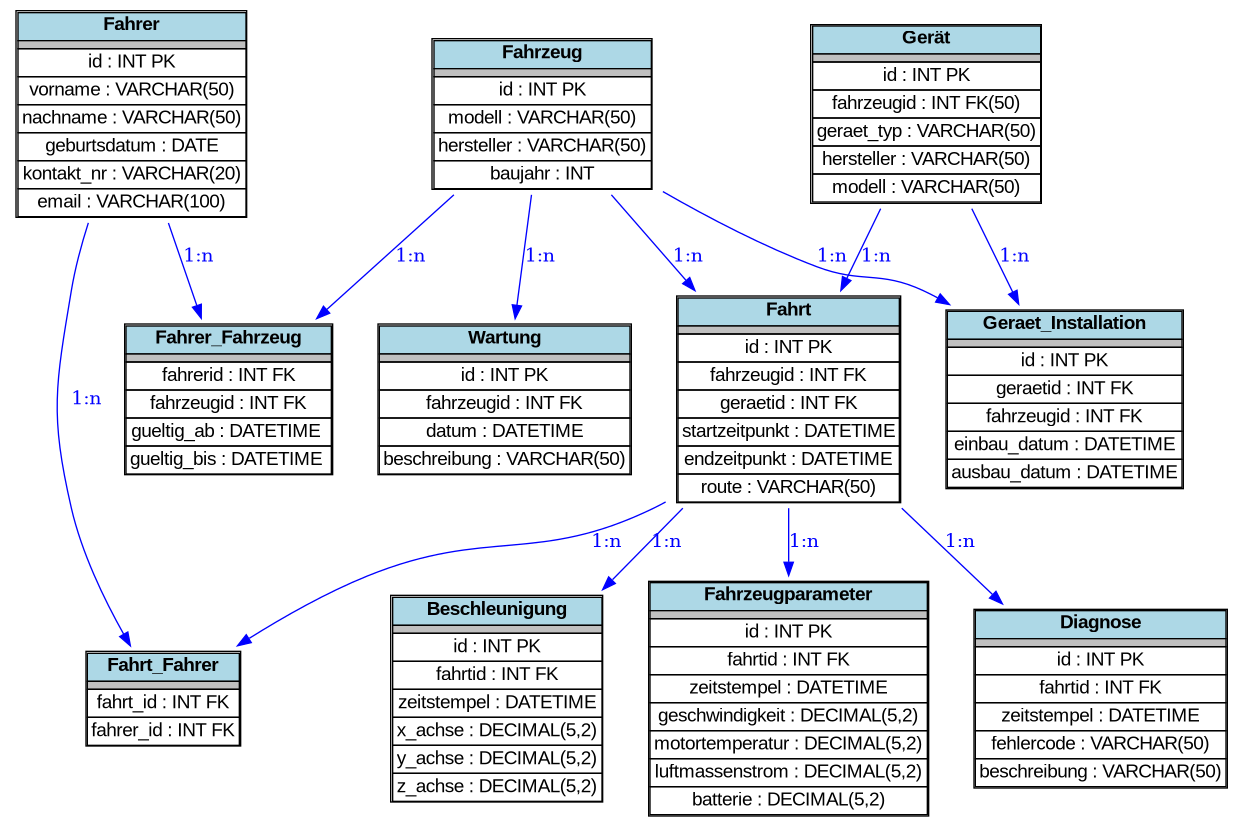
Earlier version of the Graphviz export docs/ERD.png (Andre-4949/dhbw-db-2425). Its source is kept beside it as docs/ERD.dot.
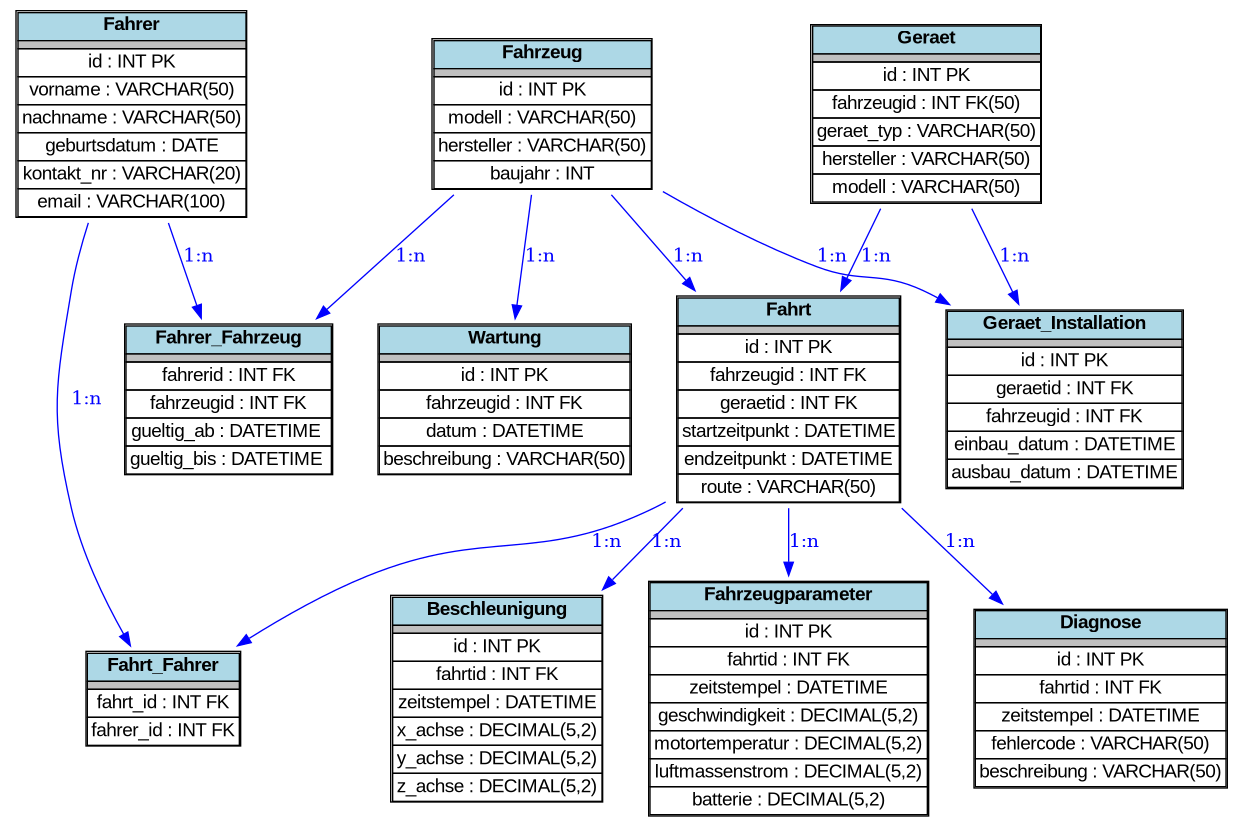
After the commit.

Diff of the diagram source:
```diff
@@ -60,7 +60,7 @@
 
     Geraet [label=<
         <TABLE BORDER="1" CELLBORDER="1" CELLSPACING="0">
-            <TR><TD BGCOLOR="lightblue"><B>Gerät</B></TD></TR>
+            <TR><TD BGCOLOR="lightblue"><B>Geraet</B></TD></TR>
             <TR><TD BGCOLOR="gray"></TD></TR>
             <TR><TD>id : INT PK</TD></TR>
             <TR><TD>fahrzeugid : INT FK(50)</TD></TR>
```
